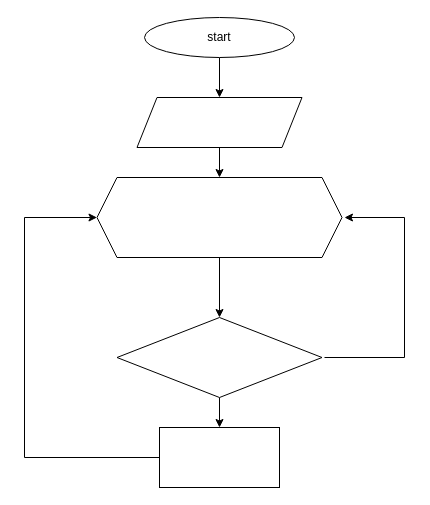
Above: Algorithm/algo.drawio in Oxygenium55/Control_Work (draw.io), before the change. Source tidied: cells renumbered, new cells numbered last; positions are measured from the earlier drawing's top-left corner, leaving out a move shared by most shapes. Both pictures are drawn from the tidied source at 100%, with x=0, y=0 at pixel (24, 17).
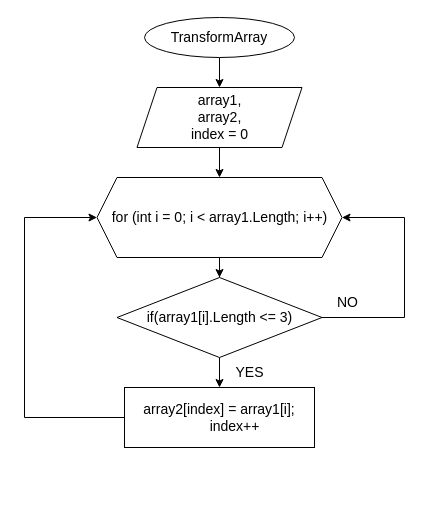
The same page after the edit.

The edit, as a diff of the source:
```diff
@@
 <mxGraphModel>
   <root>
     <mxCell id="0" />
     <mxCell id="1" parent="0" />
     <mxCell id="2" style="edgeStyle=orthogonalEdgeStyle;rounded=0;jettySize=auto;html=1;" parent="1" edge="1" source="3" target="5">
       <mxGeometry relative="1" as="geometry" />
     </mxCell>
-    <mxCell id="3" value="start" style="ellipse;whiteSpace=wrap;html=1;" parent="1" vertex="1">
+    <mxCell id="3" value="&lt;font style=&quot;font-size: 14px;&quot;&gt;TransformArray&lt;/font&gt;" style="ellipse;whiteSpace=wrap;html=1;" parent="1" vertex="1">
       <mxGeometry x="120" width="150" height="40" as="geometry" />
     </mxCell>
     <mxCell id="4" style="edgeStyle=orthogonalEdgeStyle;rounded=0;jettySize=auto;html=1;" parent="1" edge="1" source="5" target="7">
       <mxGeometry relative="1" as="geometry" />
     </mxCell>
-    <mxCell id="5" style="shape=parallelogram;perimeter=parallelogramPerimeter;whiteSpace=wrap;html=1;fixedSize=1;" parent="1" vertex="1">
-      <mxGeometry x="112.5" y="80" width="165" height="50" as="geometry" />
+    <mxCell id="5" value="&lt;font style=&quot;font-size: 14px;&quot;&gt;array1,&lt;br&gt;array2,&lt;br&gt;index = 0&lt;/font&gt;" style="shape=parallelogram;perimeter=parallelogramPerimeter;whiteSpace=wrap;html=1;fixedSize=1;" parent="1" vertex="1">
+      <mxGeometry x="112.5" y="70" width="165" height="60" as="geometry" />
     </mxCell>
     <mxCell id="6" style="edgeStyle=orthogonalEdgeStyle;rounded=0;jettySize=auto;html=1;" parent="1" edge="1" source="7" target="9">
       <mxGeometry relative="1" as="geometry" />
     </mxCell>
-    <mxCell id="7" style="shape=hexagon;perimeter=hexagonPerimeter2;whiteSpace=wrap;html=1;fixedSize=1;" parent="1" vertex="1">
+    <mxCell id="7" value="&lt;font style=&quot;font-size: 14px;&quot;&gt;for (int i = 0; i &amp;lt; array1.Length; i++)&lt;/font&gt;" style="shape=hexagon;perimeter=hexagonPerimeter2;whiteSpace=wrap;html=1;fixedSize=1;" parent="1" vertex="1">
       <mxGeometry x="72.5" y="160" width="245" height="80" as="geometry" />
     </mxCell>
     <mxCell id="8" style="edgeStyle=orthogonalEdgeStyle;rounded=0;jettySize=auto;html=1;" parent="1" edge="1" source="9" target="12">
       <mxGeometry relative="1" as="geometry" />
     </mxCell>
-    <mxCell id="9" style="rhombus;whiteSpace=wrap;html=1;" parent="1" vertex="1">
-      <mxGeometry x="92.5" y="300" width="205" height="80" as="geometry" />
+    <mxCell id="9" value="&lt;font style=&quot;font-size: 14px;&quot;&gt;if(array1[i].Length &amp;lt;= 3)&lt;/font&gt;" style="rhombus;whiteSpace=wrap;html=1;" parent="1" vertex="1">
+      <mxGeometry x="92.5" y="260" width="205" height="80" as="geometry" />
     </mxCell>
     <mxCell id="10" style="edgeStyle=orthogonalEdgeStyle;rounded=0;jettySize=auto;html=1;entryX=0;entryY=0.5;entryDx=0;entryDy=0;" parent="1" edge="1" source="12" target="7">
       <mxGeometry relative="1" as="geometry">
         <Array as="points">
-          <mxPoint y="440" />
+          <mxPoint y="400" />
           <mxPoint y="200" />
         </Array>
       </mxGeometry>
     </mxCell>
-    <mxCell id="11" style="edgeStyle=orthogonalEdgeStyle;rounded=0;orthogonalLoop=1;jettySize=auto;html=1;" parent="1" edge="1">
+    <mxCell id="11" style="edgeStyle=orthogonalEdgeStyle;rounded=0;jettySize=auto;html=1;entryX=1;entryY=0.5;entryDx=0;entryDy=0;" parent="1" edge="1" source="9" target="7">
       <mxGeometry relative="1" as="geometry">
-        <mxPoint x="300" y="340" as="sourcePoint" />
-        <mxPoint x="320" y="200" as="targetPoint" />
         <Array as="points">
-          <mxPoint x="380" y="340" />
+          <mxPoint x="380" y="300" />
           <mxPoint x="380" y="200" />
         </Array>
       </mxGeometry>
     </mxCell>
-    <mxCell id="12" style="whiteSpace=wrap;html=1;" parent="1" vertex="1">
-      <mxGeometry x="135" y="410" width="120" height="60" as="geometry" />
+    <mxCell id="12" value="&lt;div&gt;&lt;font style=&quot;font-size: 14px;&quot;&gt;array2[index] = array1[i];&lt;/font&gt;&lt;/div&gt;&lt;div&gt;&lt;font style=&quot;font-size: 14px;&quot;&gt;&amp;nbsp; &amp;nbsp; &amp;nbsp; &amp;nbsp; index++&lt;/font&gt;&lt;/div&gt;" style="whiteSpace=wrap;html=1;" parent="1" vertex="1">
+      <mxGeometry x="100" y="370" width="190" height="60" as="geometry" />
     </mxCell>
+    <mxCell id="13" value="NO" style="text;html=1;align=center;verticalAlign=middle;fillColor=none;strokeColor=none;rounded=0;fontSize=14;" parent="1" vertex="1">
+      <mxGeometry x="302.5" y="270" width="40" height="30" as="geometry" />
+    </mxCell>
+    <mxCell id="14" value="YES" style="text;html=1;align=center;verticalAlign=middle;fillColor=none;strokeColor=none;rounded=0;fontSize=14;" parent="1" vertex="1">
+      <mxGeometry x="200" y="340" width="50" height="30" as="geometry" />
+    </mxCell>
   </root>
 </mxGraphModel>
```
